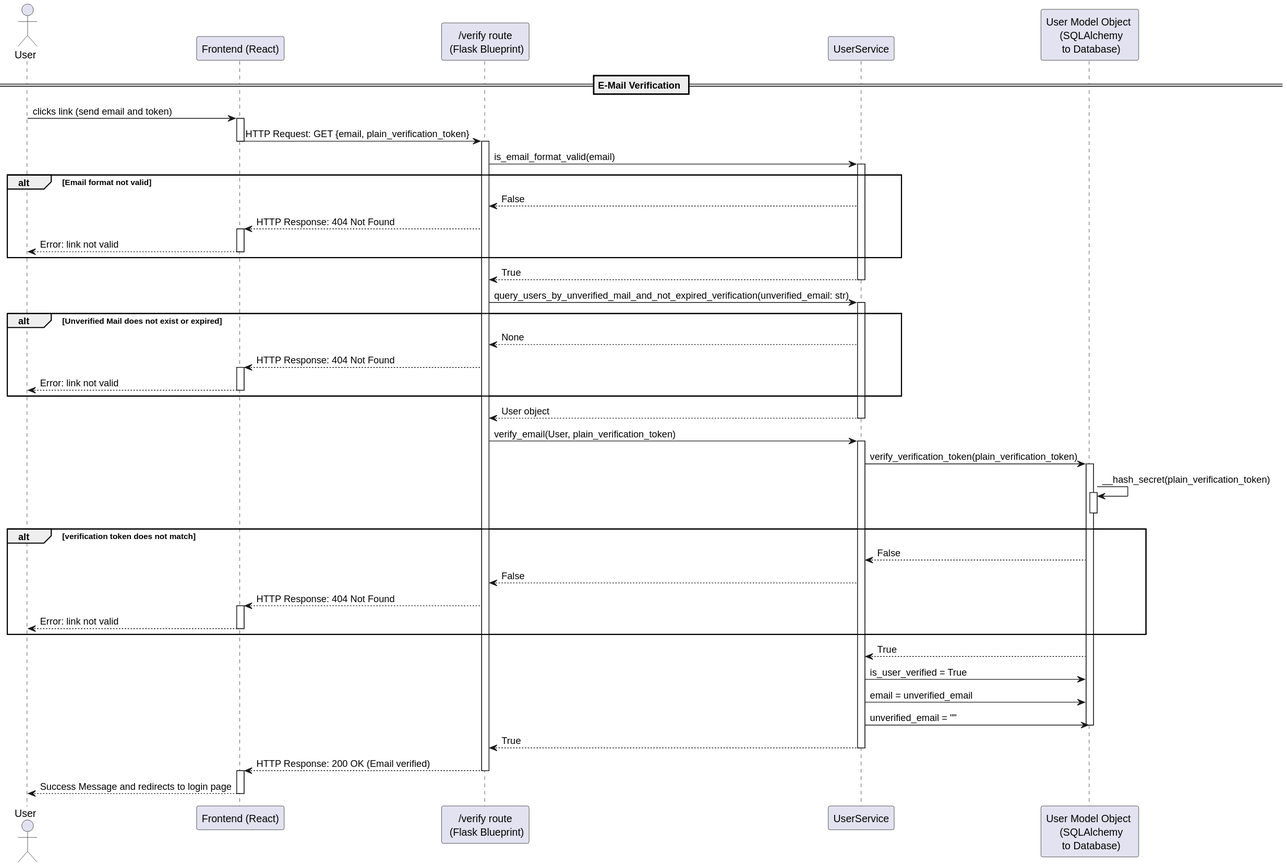
The PlantUML diagram docs/diagrams/uml/sequence/email-verification-0.svg in dominikoetiker/TheMentalLoadHub, before a commit.
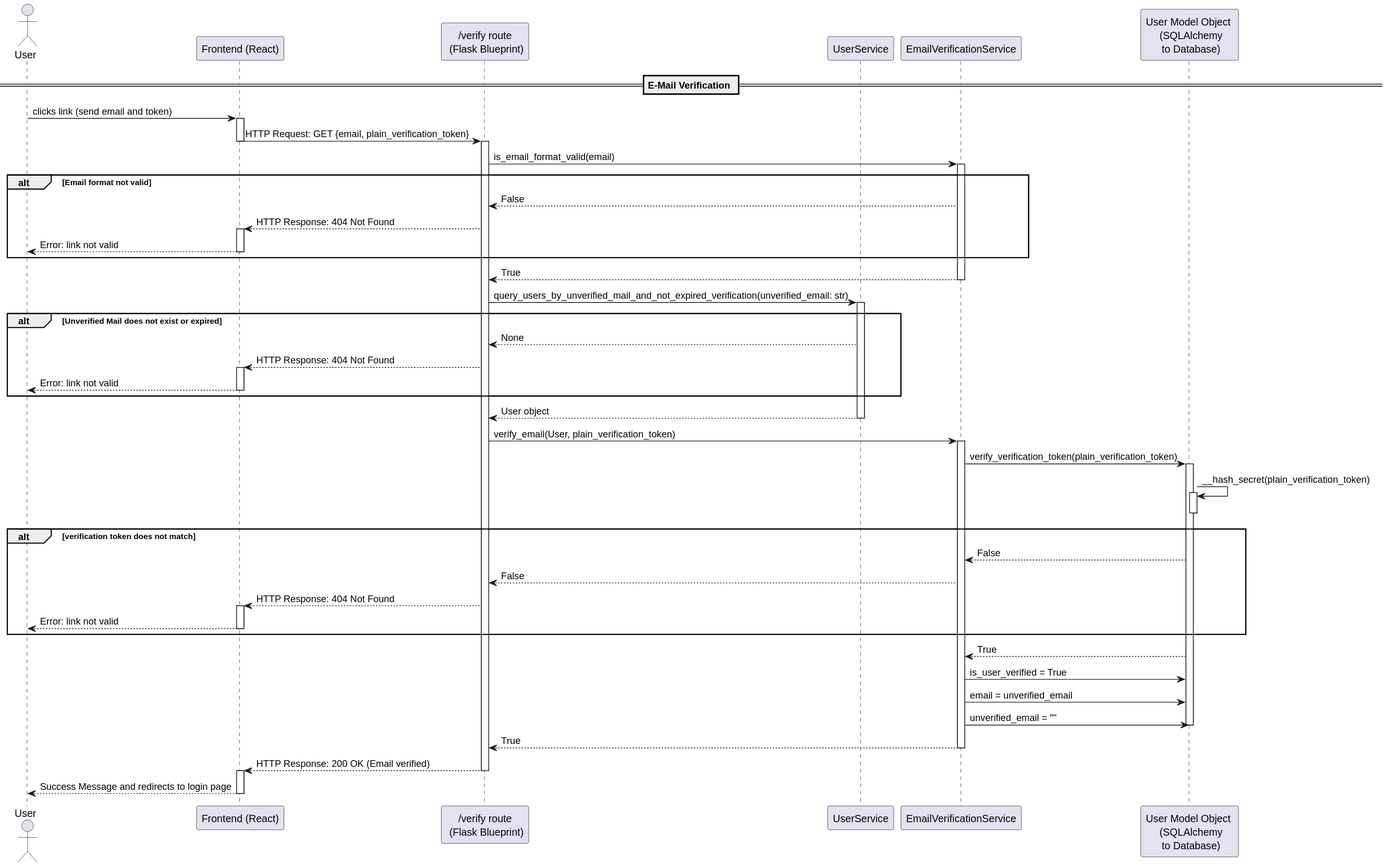
After the change.

Commit message:
Refactor email verification sequence to use new service

Replaced direct UserService calls with EmailVerificationService in the email verification process. Updated the UML sequence diagram to reflect these changes, ensuring better modularity and separation of concerns.

What changed in the source:
```diff
@@ -3,6 +3,7 @@
 participant "Frontend (React)" as FE
 participant "/verify route\n (Flask Blueprint)" as VR
 participant "UserService" as US
+participant "EmailVerificationService" as ES
 participant "User Model Object \n (SQLAlchemy\n to Database)" as UM
 
 == E-Mail Verification ==
@@ -11,17 +12,17 @@
 FE -> VR : HTTP Request: GET {email, plain_verification_token}
 deactivate FE
 activate VR
-VR -> US : is_email_format_valid(email)
-activate US
+VR -> ES : is_email_format_valid(email)
+activate ES
 alt Email format not valid
-    VR <-- US : False
+    VR <-- ES : False
     FE <-- VR : HTTP Response: 404 Not Found
     activate FE
     AppUser <-- FE : Error: link not valid
     deactivate FE
 end
-VR <-- US : True
-deactivate US
+VR <-- ES : True
+deactivate ES
 VR -> US : query_users_by_unverified_mail_and_not_expired_verification(unverified_email: str)
 activate US
 alt Unverified Mail does not exist or expired
@@ -33,28 +34,28 @@
 end
 VR <-- US : User object
 deactivate US
-VR -> US : verify_email(User, plain_verification_token)
-activate US
-US -> UM : verify_verification_token(plain_verification_token)
+VR -> ES : verify_email(User, plain_verification_token)
+activate ES
+ES -> UM : verify_verification_token(plain_verification_token)
 activate UM
 UM -> UM : __hash_secret(plain_verification_token)
 activate UM
 deactivate UM
 alt verification token does not match
-    US <-- UM : False
-    VR <-- US : False
+    ES <-- UM : False
+    VR <-- ES : False
     FE <-- VR : HTTP Response: 404 Not Found
     activate FE
     AppUser <-- FE : Error: link not valid
     deactivate FE
 end
-US <-- UM : True
-US -> UM : is_user_verified = True
-US -> UM : email = unverified_email
-US -> UM : unverified_email = ""
+ES <-- UM : True
+ES -> UM : is_user_verified = True
+ES -> UM : email = unverified_email
+ES -> UM : unverified_email = ""
 deactivate UM
-VR <-- US : True
-deactivate US
+VR <-- ES : True
+deactivate ES
 FE <-- VR : HTTP Response: 200 OK (Email verified)
 deactivate VR
 activate FE
```
